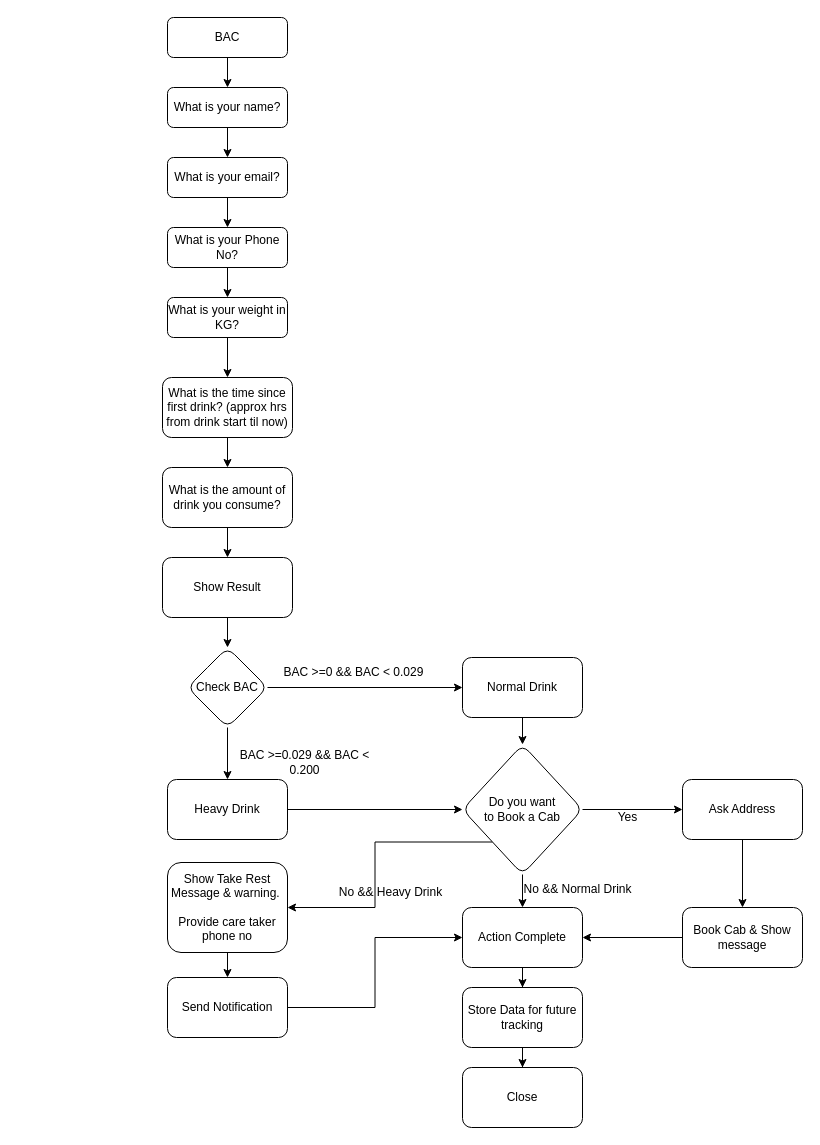
jigneshadesara90/tdm-diagram keeps this draw.io diagram as DUI.drawio. Above is the earlier version. Source tidied: cells renumbered, new cells numbered last; positions are measured from the earlier drawing's top-left corner, leaving out a move shared by most shapes. Both pictures are drawn from the tidied source at 100%, with x=0, y=0 at pixel (162, 17).
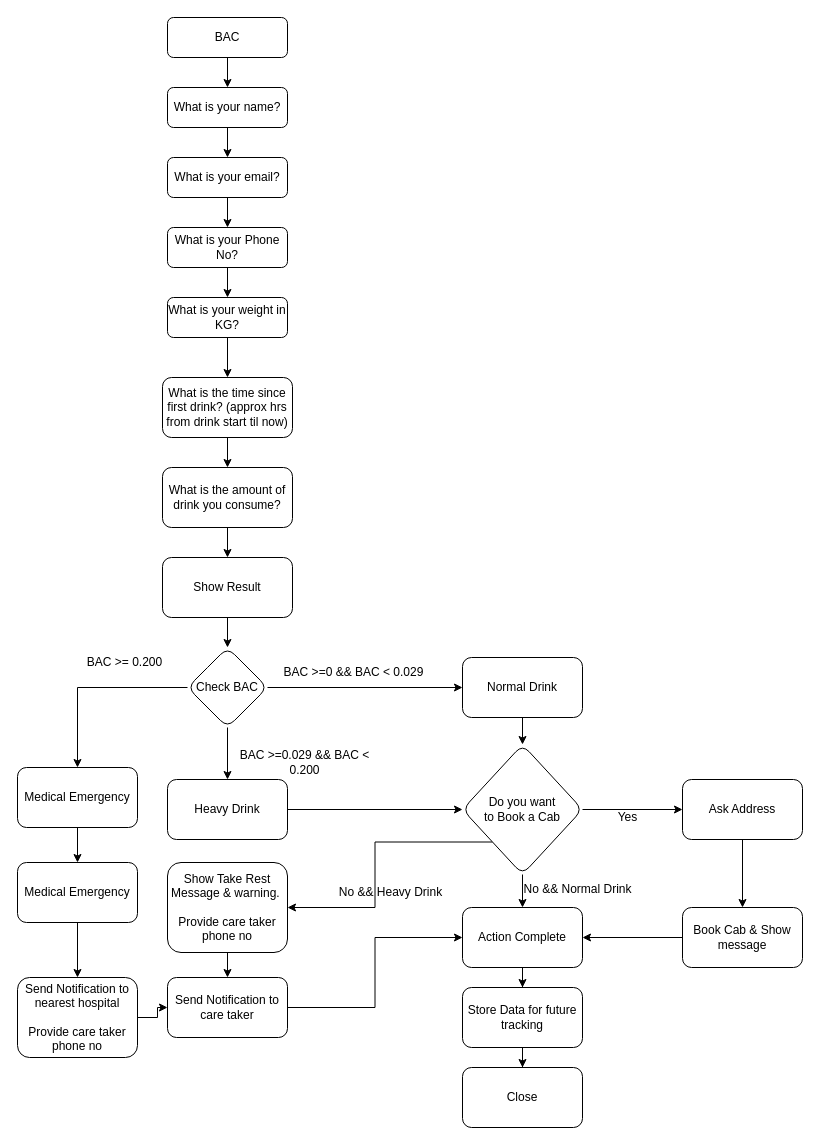
The same page after the edit.

Unchanged cells that the change refers to:
```xml
<mxCell id="20" value="Check BAC" style="rhombus;whiteSpace=wrap;html=1;rounded=1;glass=0;strokeWidth=1;shadow=0;" parent="1" vertex="1">
  <mxGeometry x="25" y="630" width="80" height="80" as="geometry" />
</mxCell>
```

The edit, as a diff of the source:
```diff
@@
+    <mxCell id="47" style="edgeStyle=orthogonalEdgeStyle;rounded=0;jettySize=auto;html=1;entryX=0.5;entryY=0;entryDx=0;entryDy=0;" parent="1" edge="1" source="20" target="50">
+      <mxGeometry relative="1" as="geometry" />
+    </mxCell>
@@
-    <mxCell id="46" value="Send Notification" style="rounded=1;whiteSpace=wrap;html=1;" parent="1" vertex="1">
+    <mxCell id="46" value="Send Notification to care taker" style="rounded=1;whiteSpace=wrap;html=1;" parent="1" vertex="1">
       <mxGeometry x="5" y="960" width="120" height="60" as="geometry" />
     </mxCell>
+    <mxCell id="48" value="BAC &amp;gt;= 0.200" style="text;html=1;strokeColor=none;fillColor=none;align=center;verticalAlign=middle;whiteSpace=wrap;rounded=0;" parent="1" vertex="1">
+      <mxGeometry x="-110" y="630" width="145" height="30" as="geometry" />
+    </mxCell>
+    <mxCell id="49" style="edgeStyle=orthogonalEdgeStyle;rounded=0;jettySize=auto;html=1;" parent="1" edge="1" source="50" target="52">
+      <mxGeometry relative="1" as="geometry" />
+    </mxCell>
+    <mxCell id="50" value="Medical Emergency" style="whiteSpace=wrap;html=1;rounded=1;glass=0;strokeWidth=1;shadow=0;" parent="1" vertex="1">
+      <mxGeometry x="-145" y="750" width="120" height="60" as="geometry" />
+    </mxCell>
+    <mxCell id="51" style="edgeStyle=orthogonalEdgeStyle;rounded=0;jettySize=auto;html=1;" parent="1" edge="1" source="52" target="54">
+      <mxGeometry relative="1" as="geometry" />
+    </mxCell>
+    <mxCell id="52" value="Medical Emergency" style="whiteSpace=wrap;html=1;rounded=1;glass=0;strokeWidth=1;shadow=0;" parent="1" vertex="1">
+      <mxGeometry x="-145" y="845" width="120" height="60" as="geometry" />
+    </mxCell>
+    <mxCell id="53" style="edgeStyle=orthogonalEdgeStyle;rounded=0;jettySize=auto;html=1;" parent="1" edge="1" source="54" target="46">
+      <mxGeometry relative="1" as="geometry" />
+    </mxCell>
+    <mxCell id="54" value="Send Notification to nearest hospital&lt;br&gt;&lt;br&gt;Provide care taker phone no" style="whiteSpace=wrap;html=1;rounded=1;glass=0;strokeWidth=1;shadow=0;" parent="1" vertex="1">
+      <mxGeometry x="-145" y="960" width="120" height="80" as="geometry" />
+    </mxCell>
```
